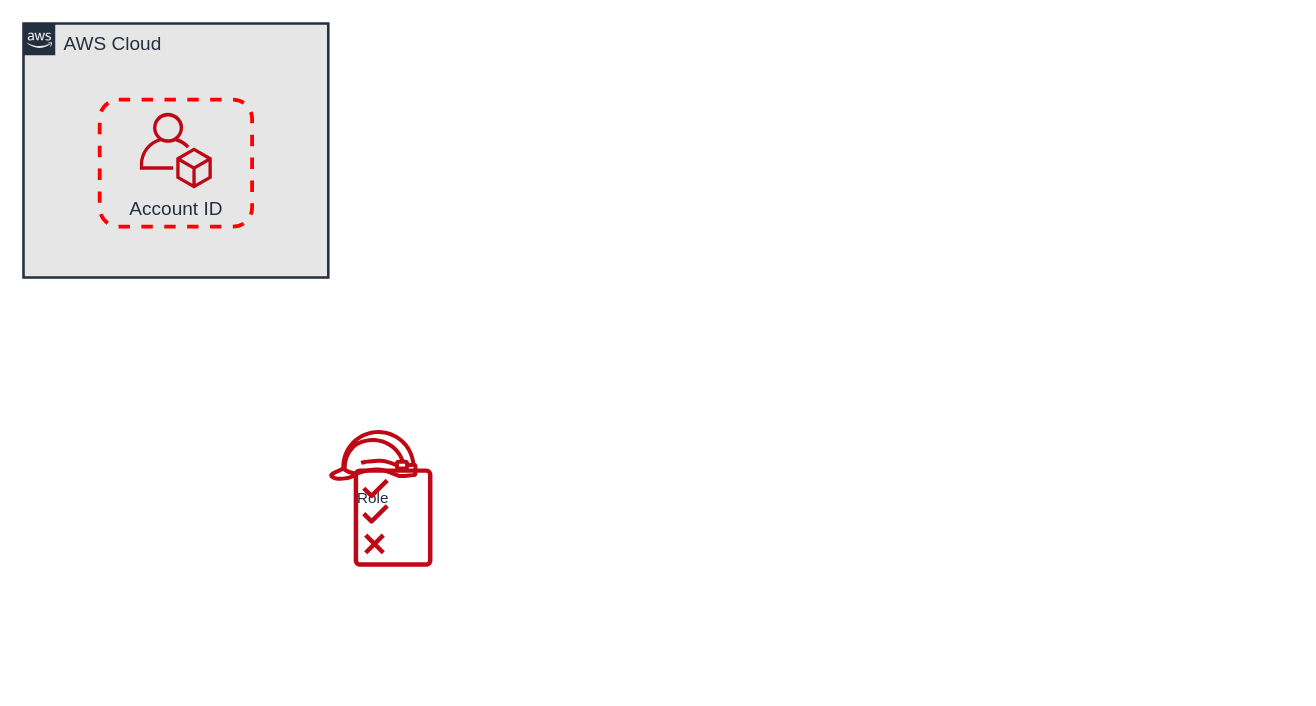
This is image/drawio.drawio from shigeru-oda/jawsdays2022-container-handson, a draw.io file, before an edit. Source tidied: cells renumbered, new cells numbered last; positions are measured from the earlier drawing's top-left corner, leaving out a move shared by most shapes. Both pictures are drawn from the tidied source at 127%, with x=0, y=0 at pixel (23, 23).
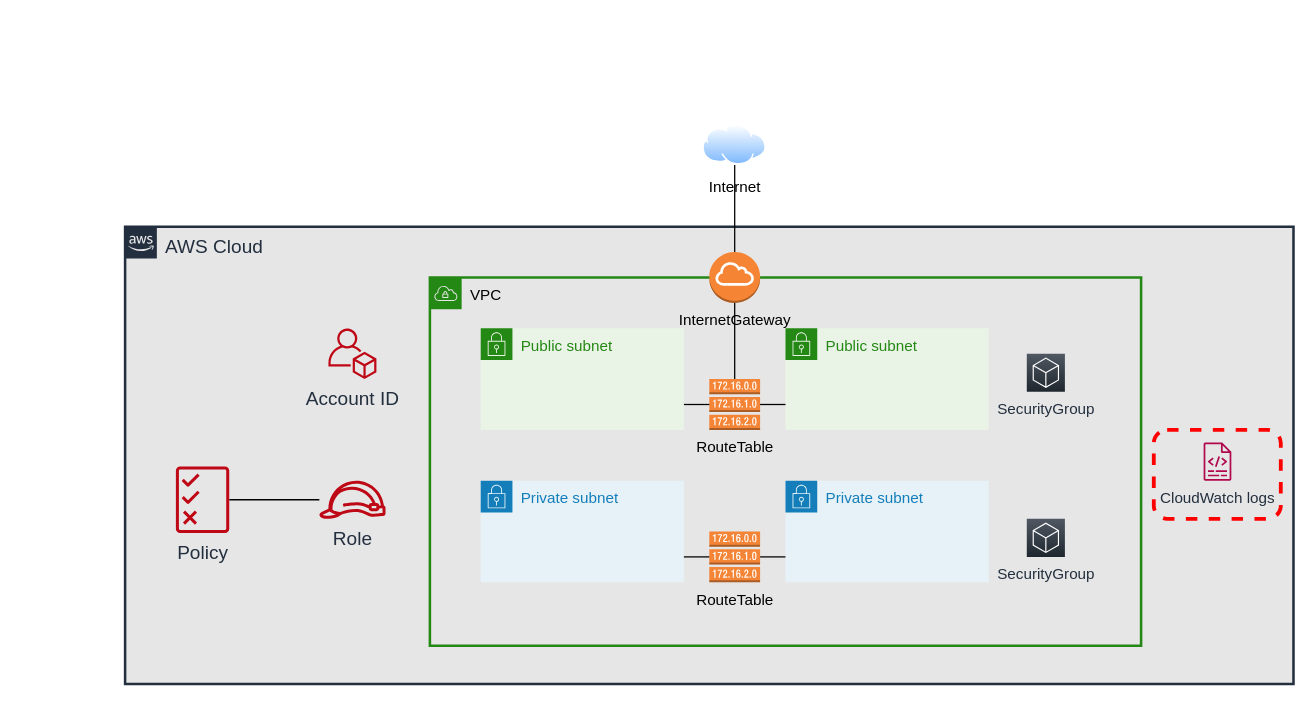
The same page after the edit.

Change to the diagram source:
```diff
@@
+    <mxCell id="4" value="AWS Cloud" style="gradientColor=none;html=1;whiteSpace=wrap;fontSize=15;fontStyle=0;shape=mxgraph.aws4.group;grIcon=mxgraph.aws4.group_aws_cloud_alt;strokeColor=#232F3E;fillColor=#E6E6E6;verticalAlign=top;align=left;spacingLeft=30;fontColor=#232F3E;dashed=0;strokeWidth=2;" parent="1" vertex="1">
+      <mxGeometry x="80" y="160" width="920" height="360" as="geometry" />
+    </mxCell>
-    <mxCell id="2" value="Role" style="sketch=0;outlineConnect=0;fontColor=#232F3E;gradientColor=none;fillColor=#BF0816;strokeColor=none;dashed=0;verticalLabelPosition=bottom;verticalAlign=top;align=center;html=1;fontSize=12;fontStyle=0;shape=mxgraph.aws4.role;" parent="1" vertex="1">
-      <mxGeometry x="240" y="320" width="70.9" height="40" as="geometry" />
+    <mxCell id="2" value="Role" style="sketch=0;outlineConnect=0;fontColor=#232F3E;gradientColor=none;fillColor=#BF0816;strokeColor=none;dashed=0;verticalLabelPosition=bottom;verticalAlign=top;align=center;html=1;fontSize=15;fontStyle=0;shape=mxgraph.aws4.role;" parent="1" vertex="1">
+      <mxGeometry x="232.4" y="360" width="53.2" height="30" as="geometry" />
     </mxCell>
+    <mxCell id="5" value="Account ID" style="sketch=0;fontColor=#232F3E;gradientColor=none;fillColor=#BF0816;strokeColor=none;dashed=0;verticalLabelPosition=bottom;verticalAlign=top;align=center;html=1;fontSize=15;fontStyle=0;shape=mxgraph.aws4.organizations_account;" parent="1" vertex="1">
+      <mxGeometry x="240" y="240" width="38" height="40" as="geometry" />
+    </mxCell>
+    <mxCell id="7" value="VPC" style="gradientColor=none;html=1;whiteSpace=wrap;fontSize=12;fontStyle=0;shape=mxgraph.aws4.group;grIcon=mxgraph.aws4.group_vpc;strokeColor=#248814;fillColor=none;verticalAlign=top;align=left;spacingLeft=30;fontColor=#000000;dashed=0;strokeWidth=2;" parent="1" vertex="1">
+      <mxGeometry x="320" y="200" width="560" height="290" as="geometry" />
+    </mxCell>
+    <mxCell id="8" value="RouteTable" style="outlineConnect=0;dashed=0;verticalLabelPosition=bottom;verticalAlign=top;align=center;html=1;shape=mxgraph.aws3.route_table;fillColor=#F58536;gradientColor=none;strokeColor=#FF0000;strokeWidth=2;fontSize=12;fontColor=#000000;" parent="7" vertex="1">
+      <mxGeometry x="220" y="80" width="40" height="40" as="geometry" />
+    </mxCell>
+    <mxCell id="9" value="RouteTable" style="outlineConnect=0;dashed=0;verticalLabelPosition=bottom;verticalAlign=top;align=center;html=1;shape=mxgraph.aws3.route_table;fillColor=#F58536;gradientColor=none;strokeColor=#FF0000;strokeWidth=2;fontSize=12;fontColor=#000000;" parent="7" vertex="1">
+      <mxGeometry x="220" y="200" width="40" height="40" as="geometry" />
+    </mxCell>
+    <mxCell id="10" value="SecurityGroup" style="sketch=0;gradientDirection=north;fontColor=#232F3E;gradientColor=#505863;fillColor=#1E262E;strokeColor=#ffffff;dashed=0;verticalLabelPosition=bottom;verticalAlign=top;align=center;html=1;fontSize=12;fontStyle=0;shape=mxgraph.aws4.resourceIcon;resIcon=mxgraph.aws4.general;strokeWidth=2;" parent="7" vertex="1">
+      <mxGeometry x="470" y="60" width="30" height="30" as="geometry" />
+    </mxCell>
+    <mxCell id="11" value="SecurityGroup" style="sketch=0;gradientDirection=north;fontColor=#232F3E;gradientColor=#505863;fillColor=#1E262E;strokeColor=#ffffff;dashed=0;verticalLabelPosition=bottom;verticalAlign=top;align=center;html=1;fontSize=12;fontStyle=0;shape=mxgraph.aws4.resourceIcon;resIcon=mxgraph.aws4.general;strokeWidth=2;" parent="7" vertex="1">
+      <mxGeometry x="470" y="190" width="30" height="30" as="geometry" />
+    </mxCell>
+    <mxCell id="12" style="endArrow=none;html=1;rounded=0;fontSize=15;" parent="1" edge="1" source="3" target="2">
+      <mxGeometry relative="1" as="geometry" />
+    </mxCell>
-    <mxCell id="3" style="sketch=0;outlineConnect=0;fontColor=#232F3E;gradientColor=none;fillColor=#BF0816;strokeColor=none;dashed=0;verticalLabelPosition=bottom;verticalAlign=top;align=center;html=1;fontSize=12;fontStyle=0;shape=mxgraph.aws4.permissions;" parent="1" vertex="1">
-      <mxGeometry x="260" y="350" width="62" height="78" as="geometry" />
+    <mxCell id="3" value="Policy" style="sketch=0;outlineConnect=0;fontColor=#232F3E;gradientColor=none;fillColor=#BF0816;strokeColor=none;dashed=0;verticalLabelPosition=bottom;verticalAlign=top;align=center;html=1;fontSize=15;fontStyle=0;shape=mxgraph.aws4.permissions;" parent="1" vertex="1">
+      <mxGeometry x="120" y="348.6" width="42" height="52.8" as="geometry" />
     </mxCell>
-    <mxCell id="4" value="AWS Cloud" style="gradientColor=none;html=1;whiteSpace=wrap;fontSize=15;fontStyle=0;shape=mxgraph.aws4.group;grIcon=mxgraph.aws4.group_aws_cloud_alt;strokeColor=#232F3E;fillColor=#E6E6E6;verticalAlign=top;align=left;spacingLeft=30;fontColor=#232F3E;dashed=0;strokeWidth=2;" parent="1" vertex="1">
-      <mxGeometry width="240" height="200" as="geometry" />
-    </mxCell>
-    <mxCell id="5" value="Account ID" style="sketch=0;fontColor=#232F3E;gradientColor=none;fillColor=#BF0816;strokeColor=none;dashed=0;verticalLabelPosition=bottom;verticalAlign=top;align=center;html=1;fontSize=15;fontStyle=0;shape=mxgraph.aws4.organizations_account;" parent="4" vertex="1">
-      <mxGeometry x="91.5" y="70" width="56.9" height="60" as="geometry" />
-    </mxCell>
-    <mxCell id="6" style="rounded=1;whiteSpace=wrap;html=1;strokeColor=#FF0000;strokeWidth=3;fontSize=15;fillColor=none;dashed=1;" parent="4" vertex="1">
-      <mxGeometry x="60" y="60" width="120" height="100" as="geometry" />
-    </mxCell>
+    <mxCell id="13" value="Public subnet" style="points=[[0,0],[0.25,0],[0.5,0],[0.75,0],[1,0],[1,0.25],[1,0.5],[1,0.75],[1,1],[0.75,1],[0.5,1],[0.25,1],[0,1],[0,0.75],[0,0.5],[0,0.25]];outlineConnect=0;gradientColor=none;html=1;whiteSpace=wrap;fontSize=12;fontStyle=0;shape=mxgraph.aws4.group;grIcon=mxgraph.aws4.group_security_group;grStroke=0;strokeColor=#248814;fillColor=#E9F3E6;verticalAlign=top;align=left;spacingLeft=30;fontColor=#248814;dashed=0;strokeWidth=2;" parent="1" vertex="1">
+      <mxGeometry x="360" y="240" width="160" height="80" as="geometry" />
+    </mxCell>
+    <mxCell id="14" value="Public subnet" style="points=[[0,0],[0.25,0],[0.5,0],[0.75,0],[1,0],[1,0.25],[1,0.5],[1,0.75],[1,1],[0.75,1],[0.5,1],[0.25,1],[0,1],[0,0.75],[0,0.5],[0,0.25]];outlineConnect=0;gradientColor=none;html=1;whiteSpace=wrap;fontSize=12;fontStyle=0;shape=mxgraph.aws4.group;grIcon=mxgraph.aws4.group_security_group;grStroke=0;strokeColor=#248814;fillColor=#E9F3E6;verticalAlign=top;align=left;spacingLeft=30;fontColor=#248814;dashed=0;strokeWidth=2;" parent="1" vertex="1">
+      <mxGeometry x="600" y="240" width="160" height="80" as="geometry" />
+    </mxCell>
+    <mxCell id="15" value="Private subnet" style="points=[[0,0],[0.25,0],[0.5,0],[0.75,0],[1,0],[1,0.25],[1,0.5],[1,0.75],[1,1],[0.75,1],[0.5,1],[0.25,1],[0,1],[0,0.75],[0,0.5],[0,0.25]];outlineConnect=0;gradientColor=none;html=1;whiteSpace=wrap;fontSize=12;fontStyle=0;shape=mxgraph.aws4.group;grIcon=mxgraph.aws4.group_security_group;grStroke=0;strokeColor=#147EBA;fillColor=#E6F2F8;verticalAlign=top;align=left;spacingLeft=30;fontColor=#147EBA;dashed=0;strokeWidth=2;" parent="1" vertex="1">
+      <mxGeometry x="360" y="360" width="160" height="80" as="geometry" />
+    </mxCell>
+    <mxCell id="16" value="Private subnet" style="points=[[0,0],[0.25,0],[0.5,0],[0.75,0],[1,0],[1,0.25],[1,0.5],[1,0.75],[1,1],[0.75,1],[0.5,1],[0.25,1],[0,1],[0,0.75],[0,0.5],[0,0.25]];outlineConnect=0;gradientColor=none;html=1;whiteSpace=wrap;fontSize=12;fontStyle=0;shape=mxgraph.aws4.group;grIcon=mxgraph.aws4.group_security_group;grStroke=0;strokeColor=#147EBA;fillColor=#E6F2F8;verticalAlign=top;align=left;spacingLeft=30;fontColor=#147EBA;dashed=0;strokeWidth=2;" parent="1" vertex="1">
+      <mxGeometry x="600" y="360" width="160" height="80" as="geometry" />
+    </mxCell>
+    <mxCell id="17" value="Internet" style="perimeter=ellipsePerimeter;html=1;align=center;shadow=0;dashed=0;spacingTop=3;image;image=img/lib/active_directory/internet_cloud.svg;strokeColor=#FF0000;strokeWidth=2;fontSize=12;fontColor=#000000;fillColor=none;" parent="1" vertex="1">
+      <mxGeometry x="535" y="80" width="50" height="31.5" as="geometry" />
+    </mxCell>
+    <mxCell id="18" value="InternetGateway" style="outlineConnect=0;dashed=0;verticalLabelPosition=bottom;verticalAlign=top;align=center;html=1;shape=mxgraph.aws3.internet_gateway;fillColor=#F58534;gradientColor=none;strokeColor=#FF0000;strokeWidth=2;fontSize=12;fontColor=#000000;" parent="1" vertex="1">
+      <mxGeometry x="540" y="180" width="40" height="40" as="geometry" />
+    </mxCell>
+    <mxCell id="19" style="endArrow=none;html=1;rounded=0;fontSize=12;fontColor=#000000;entryX=0.5;entryY=1;entryDx=0;entryDy=0;exitX=0.5;exitY=0;exitDx=0;exitDy=0;exitPerimeter=0;" parent="1" edge="1" source="18" target="17">
+      <mxGeometry relative="1" as="geometry" />
+    </mxCell>
+    <mxCell id="20" style="endArrow=none;html=1;rounded=0;fontSize=12;fontColor=#000000;exitX=0;exitY=0.75;exitDx=0;exitDy=0;entryX=1;entryY=0.5;entryDx=0;entryDy=0;entryPerimeter=0;" parent="1" edge="1" source="14" target="8">
+      <mxGeometry relative="1" as="geometry" />
+    </mxCell>
+    <mxCell id="21" style="endArrow=none;html=1;rounded=0;fontSize=12;fontColor=#000000;exitX=0;exitY=0.5;exitDx=0;exitDy=0;entryX=1;entryY=0.75;entryDx=0;entryDy=0;exitPerimeter=0;" parent="1" edge="1" source="8" target="13">
+      <mxGeometry relative="1" as="geometry" />
+    </mxCell>
+    <mxCell id="22" style="endArrow=none;html=1;rounded=0;fontSize=12;fontColor=#000000;entryX=1;entryY=0.75;entryDx=0;entryDy=0;" parent="1" edge="1" source="9" target="15">
+      <mxGeometry relative="1" as="geometry" />
+    </mxCell>
+    <mxCell id="23" style="endArrow=none;html=1;rounded=0;fontSize=12;fontColor=#000000;entryX=1;entryY=0.5;entryDx=0;entryDy=0;exitX=0;exitY=0.75;exitDx=0;exitDy=0;entryPerimeter=0;" parent="1" edge="1" source="16" target="9">
+      <mxGeometry relative="1" as="geometry" />
+    </mxCell>
+    <mxCell id="24" style="endArrow=none;html=1;rounded=0;fontSize=12;fontColor=#000000;entryX=0.5;entryY=1;entryDx=0;entryDy=0;entryPerimeter=0;" parent="1" edge="1" source="8" target="18">
+      <mxGeometry relative="1" as="geometry" />
+    </mxCell>
+    <mxCell id="25" style="rounded=1;whiteSpace=wrap;html=1;strokeColor=#FF0000;strokeWidth=3;fontSize=15;fillColor=none;dashed=1;" parent="1" vertex="1">
+      <mxGeometry x="890" y="320" width="100" height="70" as="geometry" />
+    </mxCell>
+    <mxCell id="26" value="CloudWatch logs" style="sketch=0;fontColor=#232F3E;gradientColor=none;fillColor=#B0084D;strokeColor=none;dashed=0;verticalLabelPosition=bottom;verticalAlign=top;align=center;html=1;fontSize=12;fontStyle=0;shape=mxgraph.aws4.logs;strokeWidth=2;" parent="1" vertex="1">
+      <mxGeometry x="920" y="330" width="40.3" height="30" as="geometry" />
+    </mxCell>
```
